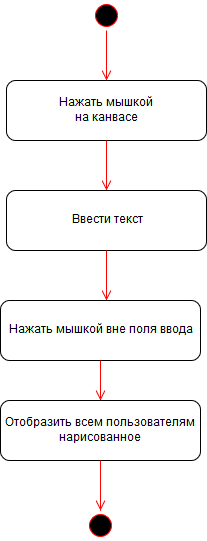
This is Diagram/Activity/AddText.png from EvgeniiAleinikov/TRiTPO, a draw.io export, as it was before one commit. Source tidied: cells renumbered, new cells last; positions are measured from the earlier drawing's top-left corner, leaving out a move shared by most shapes. The source it was exported from:
```xml
<mxGraphModel background="#ffffff">
  <root>
    <mxCell id="0" />
    <mxCell id="1" parent="0" />
    <mxCell id="2" style="ellipse;shape=startState;fillColor=#000000;strokeColor=#ff0000;" parent="1" vertex="1">
      <mxGeometry x="91" width="30" height="30" as="geometry" />
    </mxCell>
    <mxCell id="3" style="edgeStyle=elbowEdgeStyle;elbow=horizontal;verticalAlign=bottom;endArrow=open;endSize=8;strokeColor=#FF0000;endFill=1;rounded=0;exitX=0.5;exitY=1;entryX=0.5;entryY=0;" parent="1" edge="1" source="2" target="4">
      <mxGeometry x="40" y="20" as="geometry">
        <Array as="points">
          <mxPoint x="106" y="50" />
          <mxPoint x="106" y="40" />
          <mxPoint x="100" y="60" />
        </Array>
      </mxGeometry>
    </mxCell>
    <mxCell id="4" value="Нажать мышкой&lt;br&gt;на канвасе" style="rounded=1;whiteSpace=wrap;html=1;" parent="1" vertex="1">
      <mxGeometry x="6" y="80" width="200" height="60" as="geometry" />
    </mxCell>
    <mxCell id="5" style="edgeStyle=elbowEdgeStyle;elbow=horizontal;verticalAlign=bottom;endArrow=open;endSize=8;strokeColor=#FF0000;endFill=1;rounded=0;exitX=0.5;exitY=1;" parent="1" edge="1" source="4">
      <mxGeometry x="50" y="30" as="geometry">
        <mxPoint x="106" y="190" as="targetPoint" />
        <Array as="points">
          <mxPoint x="106" y="170" />
          <mxPoint x="116" y="60" />
          <mxPoint x="116" y="50" />
          <mxPoint x="110" y="70" />
        </Array>
      </mxGeometry>
    </mxCell>
    <mxCell id="6" value="Ввести текст" style="rounded=1;whiteSpace=wrap;html=1;" parent="1" vertex="1">
      <mxGeometry x="6" y="190" width="200" height="60" as="geometry" />
    </mxCell>
    <mxCell id="7" style="edgeStyle=elbowEdgeStyle;elbow=horizontal;verticalAlign=bottom;endArrow=open;endSize=8;strokeColor=#FF0000;endFill=1;rounded=0;exitX=0.5;exitY=1;" parent="1" edge="1" source="6">
      <mxGeometry x="60" y="40" as="geometry">
        <mxPoint x="106" y="300" as="targetPoint" />
        <Array as="points">
          <mxPoint x="106" y="280" />
          <mxPoint x="116" y="180" />
          <mxPoint x="126" y="70" />
          <mxPoint x="126" y="60" />
          <mxPoint x="120" y="80" />
        </Array>
      </mxGeometry>
    </mxCell>
    <mxCell id="8" value="Нажать мышкой вне поля ввода" style="rounded=1;whiteSpace=wrap;html=1;" parent="1" vertex="1">
      <mxGeometry y="300" width="200" height="60" as="geometry" />
    </mxCell>
    <mxCell id="9" style="edgeStyle=elbowEdgeStyle;elbow=horizontal;verticalAlign=bottom;endArrow=open;endSize=8;strokeColor=#FF0000;endFill=1;rounded=0;exitX=0.5;exitY=1;" parent="1" edge="1" source="8">
      <mxGeometry x="70" y="50" as="geometry">
        <mxPoint x="100" y="400" as="targetPoint" />
        <Array as="points">
          <mxPoint x="100" y="380" />
          <mxPoint x="126" y="190" />
          <mxPoint x="136" y="80" />
          <mxPoint x="136" y="70" />
          <mxPoint x="130" y="90" />
        </Array>
      </mxGeometry>
    </mxCell>
    <mxCell id="10" value="Отобразить всем пользователям&lt;br&gt;нарисованное" style="rounded=1;whiteSpace=wrap;html=1;" parent="1" vertex="1">
      <mxGeometry y="400" width="200" height="60" as="geometry" />
    </mxCell>
    <mxCell id="11" style="edgeStyle=elbowEdgeStyle;elbow=horizontal;verticalAlign=bottom;endArrow=open;endSize=8;strokeColor=#FF0000;endFill=1;rounded=0;exitX=0.5;exitY=1;entryX=0.5;entryY=0;" parent="1" edge="1" source="10" target="12">
      <mxGeometry x="80" y="60" as="geometry">
        <Array as="points">
          <mxPoint x="100" y="490" />
          <mxPoint x="96" y="490" />
          <mxPoint x="96" y="480" />
          <mxPoint x="96" y="490" />
          <mxPoint x="136" y="200" />
          <mxPoint x="146" y="90" />
          <mxPoint x="146" y="80" />
          <mxPoint x="140" y="100" />
        </Array>
      </mxGeometry>
    </mxCell>
    <mxCell id="12" style="ellipse;shape=startState;fillColor=#000000;strokeColor=#ff0000;" parent="1" vertex="1">
      <mxGeometry x="85" y="510" width="30" height="30" as="geometry" />
    </mxCell>
  </root>
</mxGraphModel>
```
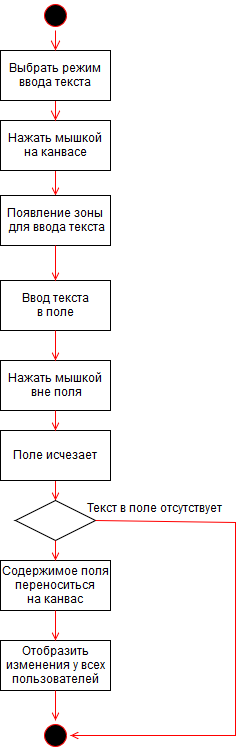
Later version of the same file.

Change to the diagram source:
```diff
@@ -2,81 +2,84 @@
   <root>
     <mxCell id="0" />
     <mxCell id="1" parent="0" />
-    <mxCell id="2" style="ellipse;shape=startState;fillColor=#000000;strokeColor=#ff0000;" parent="1" vertex="1">
-      <mxGeometry x="91" width="30" height="30" as="geometry" />
-    </mxCell>
-    <mxCell id="3" style="edgeStyle=elbowEdgeStyle;elbow=horizontal;verticalAlign=bottom;endArrow=open;endSize=8;strokeColor=#FF0000;endFill=1;rounded=0;exitX=0.5;exitY=1;entryX=0.5;entryY=0;" parent="1" edge="1" source="2" target="4">
-      <mxGeometry x="40" y="20" as="geometry">
-        <Array as="points">
-          <mxPoint x="106" y="50" />
-          <mxPoint x="106" y="40" />
-          <mxPoint x="100" y="60" />
-        </Array>
-      </mxGeometry>
-    </mxCell>
+    <mxCell id="13" style="endArrow=open;strokeColor=#FF0000;endFill=1;rounded=0;exitX=0.5;exitY=1;entryX=0.5;entryY=0;" parent="1" edge="1" source="4" target="16">
+      <mxGeometry relative="1" as="geometry" />
+    </mxCell>
-    <mxCell id="4" value="Нажать мышкой&lt;br&gt;на канвасе" style="rounded=1;whiteSpace=wrap;html=1;" parent="1" vertex="1">
-      <mxGeometry x="6" y="80" width="200" height="60" as="geometry" />
+    <mxCell id="4" value="Нажать мышкой&#10;на канвасе" parent="1" vertex="1">
+      <mxGeometry x="6" y="80" width="110" height="50" as="geometry" />
     </mxCell>
-    <mxCell id="5" style="edgeStyle=elbowEdgeStyle;elbow=horizontal;verticalAlign=bottom;endArrow=open;endSize=8;strokeColor=#FF0000;endFill=1;rounded=0;exitX=0.5;exitY=1;" parent="1" edge="1" source="4">
-      <mxGeometry x="50" y="30" as="geometry">
-        <mxPoint x="106" y="190" as="targetPoint" />
-        <Array as="points">
-          <mxPoint x="106" y="170" />
-          <mxPoint x="116" y="60" />
-          <mxPoint x="116" y="50" />
-          <mxPoint x="110" y="70" />
-        </Array>
-      </mxGeometry>
-    </mxCell>
-    <mxCell id="6" value="Ввести текст" style="rounded=1;whiteSpace=wrap;html=1;" parent="1" vertex="1">
-      <mxGeometry x="6" y="190" width="200" height="60" as="geometry" />
-    </mxCell>
-    <mxCell id="7" style="edgeStyle=elbowEdgeStyle;elbow=horizontal;verticalAlign=bottom;endArrow=open;endSize=8;strokeColor=#FF0000;endFill=1;rounded=0;exitX=0.5;exitY=1;" parent="1" edge="1" source="6">
-      <mxGeometry x="60" y="40" as="geometry">
-        <mxPoint x="106" y="300" as="targetPoint" />
-        <Array as="points">
-          <mxPoint x="106" y="280" />
-          <mxPoint x="116" y="180" />
-          <mxPoint x="126" y="70" />
-          <mxPoint x="126" y="60" />
-          <mxPoint x="120" y="80" />
-        </Array>
-      </mxGeometry>
-    </mxCell>
-    <mxCell id="8" value="Нажать мышкой вне поля ввода" style="rounded=1;whiteSpace=wrap;html=1;" parent="1" vertex="1">
-      <mxGeometry y="300" width="200" height="60" as="geometry" />
-    </mxCell>
-    <mxCell id="9" style="edgeStyle=elbowEdgeStyle;elbow=horizontal;verticalAlign=bottom;endArrow=open;endSize=8;strokeColor=#FF0000;endFill=1;rounded=0;exitX=0.5;exitY=1;" parent="1" edge="1" source="8">
-      <mxGeometry x="70" y="50" as="geometry">
-        <mxPoint x="100" y="400" as="targetPoint" />
-        <Array as="points">
-          <mxPoint x="100" y="380" />
-          <mxPoint x="126" y="190" />
-          <mxPoint x="136" y="80" />
-          <mxPoint x="136" y="70" />
-          <mxPoint x="130" y="90" />
-        </Array>
-      </mxGeometry>
-    </mxCell>
-    <mxCell id="10" value="Отобразить всем пользователям&lt;br&gt;нарисованное" style="rounded=1;whiteSpace=wrap;html=1;" parent="1" vertex="1">
-      <mxGeometry y="400" width="200" height="60" as="geometry" />
-    </mxCell>
-    <mxCell id="11" style="edgeStyle=elbowEdgeStyle;elbow=horizontal;verticalAlign=bottom;endArrow=open;endSize=8;strokeColor=#FF0000;endFill=1;rounded=0;exitX=0.5;exitY=1;entryX=0.5;entryY=0;" parent="1" edge="1" source="10" target="12">
-      <mxGeometry x="80" y="60" as="geometry">
-        <Array as="points">
-          <mxPoint x="100" y="490" />
-          <mxPoint x="96" y="490" />
-          <mxPoint x="96" y="480" />
-          <mxPoint x="96" y="490" />
-          <mxPoint x="136" y="200" />
-          <mxPoint x="146" y="90" />
-          <mxPoint x="146" y="80" />
-          <mxPoint x="140" y="100" />
-        </Array>
-      </mxGeometry>
-    </mxCell>
-    <mxCell id="12" style="ellipse;shape=startState;fillColor=#000000;strokeColor=#ff0000;" parent="1" vertex="1">
-      <mxGeometry x="85" y="510" width="30" height="30" as="geometry" />
-    </mxCell>
+    <mxCell id="14" style="ellipse;shape=startState;fillColor=#000000;strokeColor=#ff0000;" parent="1" vertex="1">
+      <mxGeometry x="46" y="-40" width="30" height="30" as="geometry" />
+    </mxCell>
+    <mxCell id="15" style="edgeStyle=elbowEdgeStyle;elbow=horizontal;verticalAlign=bottom;endArrow=open;endSize=8;strokeColor=#FF0000;endFill=1;rounded=0;exitX=0.5;exitY=1;" parent="1" edge="1" source="33" target="4">
+      <mxGeometry x="540" y="28" as="geometry" />
+    </mxCell>
+    <mxCell id="16" value="Появление зоны&#10; для ввода текста" parent="1" vertex="1">
+      <mxGeometry x="6" y="155" width="110" height="50" as="geometry" />
+    </mxCell>
+    <mxCell id="17" value="Ввод текста&#10;в поле" parent="1" vertex="1">
+      <mxGeometry x="6" y="240" width="110" height="50" as="geometry" />
+    </mxCell>
+    <mxCell id="18" style="endArrow=open;strokeColor=#FF0000;endFill=1;rounded=0;exitX=0.5;exitY=1;entryX=0.5;entryY=0;" parent="1" edge="1" source="16" target="17">
+      <mxGeometry relative="1" as="geometry" />
+    </mxCell>
+    <mxCell id="19" value="Нажать мышкой&#10; вне поля" parent="1" vertex="1">
+      <mxGeometry x="6" y="320" width="110" height="50" as="geometry" />
+    </mxCell>
+    <mxCell id="20" style="endArrow=open;strokeColor=#FF0000;endFill=1;rounded=0;exitX=0.5;exitY=1;entryX=0.5;entryY=0;" parent="1" edge="1" source="17" target="19">
+      <mxGeometry relative="1" as="geometry" />
+    </mxCell>
+    <mxCell id="21" value="Содержимое поля &#10;переноситься&#10;на канвас" parent="1" vertex="1">
+      <mxGeometry x="6" y="520" width="110" height="50" as="geometry" />
+    </mxCell>
+    <mxCell id="22" style="endArrow=open;strokeColor=#FF0000;endFill=1;rounded=0;exitX=0.5;exitY=1;entryX=0.5;entryY=0;" parent="1" edge="1" source="31" target="25">
+      <mxGeometry relative="1" as="geometry" />
+    </mxCell>
+    <mxCell id="23" value="Отобразить &#10;изменения у всех&#10;пользователей" parent="1" vertex="1">
+      <mxGeometry x="6" y="600" width="110" height="50" as="geometry" />
+    </mxCell>
+    <mxCell id="24" style="endArrow=open;strokeColor=#FF0000;endFill=1;rounded=0;exitX=0.5;exitY=1;entryX=0.5;entryY=0;" parent="1" edge="1" target="23">
+      <mxGeometry relative="1" as="geometry">
+        <mxPoint x="61" y="570" as="sourcePoint" />
+      </mxGeometry>
+    </mxCell>
+    <mxCell id="25" style="rhombus;whiteSpace=wrap;html=1;" parent="1" vertex="1">
+      <mxGeometry x="21" y="460" width="80" height="40" as="geometry" />
+    </mxCell>
+    <mxCell id="26" style="ellipse;shape=startState;fillColor=#000000;strokeColor=#ff0000;" parent="1" vertex="1">
+      <mxGeometry x="46" y="680" width="30" height="30" as="geometry" />
+    </mxCell>
+    <mxCell id="27" style="endArrow=open;strokeColor=#FF0000;endFill=1;rounded=0;exitX=1;exitY=0.5;entryX=1;entryY=0.5;" parent="1" edge="1" source="25" target="26">
+      <mxGeometry relative="1" as="geometry">
+        <Array as="points">
+          <mxPoint x="241" y="482" />
+          <mxPoint x="241" y="625" />
+          <mxPoint x="241" y="695" />
+        </Array>
+      </mxGeometry>
+    </mxCell>
+    <mxCell id="28" style="endArrow=open;strokeColor=#FF0000;endFill=1;rounded=0;exitX=0.5;exitY=1;entryX=0.5;entryY=0;" parent="1" edge="1" target="21">
+      <mxGeometry relative="1" as="geometry">
+        <mxPoint x="61" y="500" as="sourcePoint" />
+      </mxGeometry>
+    </mxCell>
+    <mxCell id="29" style="endArrow=open;strokeColor=#FF0000;endFill=1;rounded=0;exitX=0.5;exitY=1;entryX=0.5;entryY=0;" parent="1" edge="1" source="23" target="26">
+      <mxGeometry relative="1" as="geometry" />
+    </mxCell>
+    <mxCell id="30" value="Текст в поле отсутствует" style="text;html=1;align=left;verticalAlign=top;spacingTop=-4;" parent="1" vertex="1">
+      <mxGeometry x="91" y="460" width="150" height="20" as="geometry" />
+    </mxCell>
+    <mxCell id="31" value="Поле исчезает" parent="1" vertex="1">
+      <mxGeometry x="6" y="390" width="110" height="50" as="geometry" />
+    </mxCell>
+    <mxCell id="32" style="endArrow=open;strokeColor=#FF0000;endFill=1;rounded=0;exitX=0.5;exitY=1;entryX=0.5;entryY=0;" parent="1" edge="1" source="19" target="31">
+      <mxGeometry relative="1" as="geometry" />
+    </mxCell>
+    <mxCell id="33" value="Выбрать режим&#10;ввода текста" parent="1" vertex="1">
+      <mxGeometry x="6" y="10" width="110" height="50" as="geometry" />
+    </mxCell>
+    <mxCell id="34" style="edgeStyle=elbowEdgeStyle;elbow=horizontal;verticalAlign=bottom;endArrow=open;endSize=8;strokeColor=#FF0000;endFill=1;rounded=0;exitX=0.5;exitY=1;entryX=0.5;entryY=0;" parent="1" edge="1" source="14" target="33">
+      <mxGeometry x="550" y="38" as="geometry" />
+    </mxCell>
   </root>
 </mxGraphModel>
```
